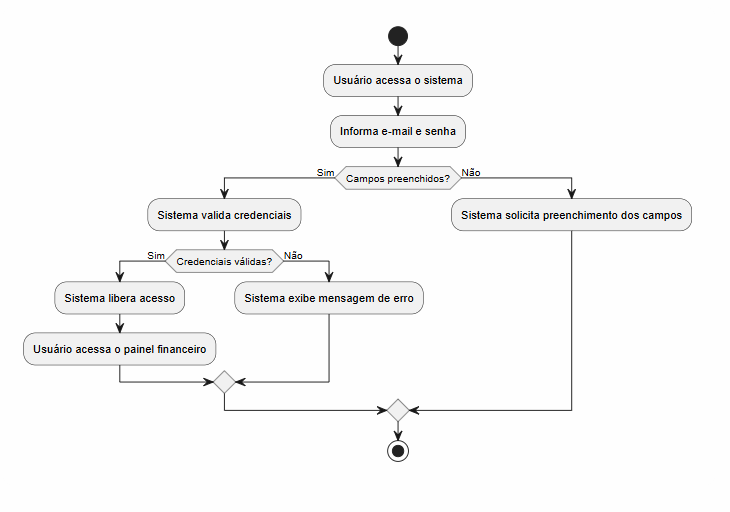
This is docs/modelagem/atividades/login.png from Nathan-Edu/Financa-Facil, a PlantUML export, as it was before one commit. Its source is kept beside it as docs/modelagem/atividades/login.puml. Source of this version:
```plantuml
@startuml
start

:Usuário acessa o sistema;
:Informa e-mail e senha;

if (Campos preenchidos?) then (Sim)
  :Sistema valida credenciais;

  if (Credenciais válidas?) then (Sim)
    :Sistema libera acesso;
    :Usuário acessa o painel financeiro;
  else (Não)
    :Sistema exibe mensagem de erro;
  endif

else (Não)
  :Sistema solicita preenchimento dos campos;
endif

stop
@enduml
```
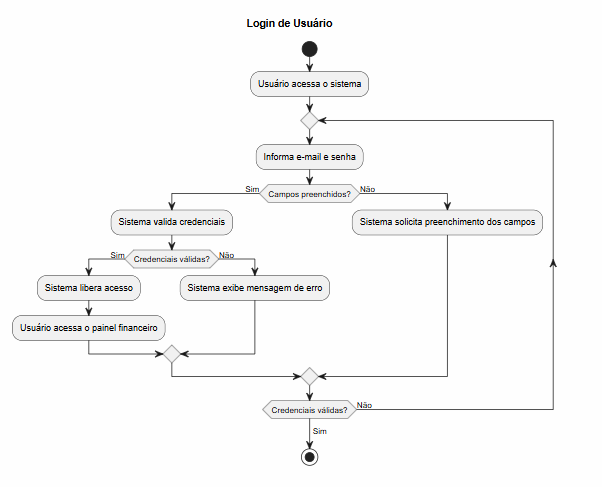
After the change.

What changed in the source:
```diff
@@ -1,22 +1,29 @@
 @startuml
+title Login de Usuário
+
 start
 
 :Usuário acessa o sistema;
-:Informa e-mail e senha;
 
-if (Campos preenchidos?) then (Sim)
-  :Sistema valida credenciais;
+repeat
+  :Informa e-mail e senha;
 
-  if (Credenciais válidas?) then (Sim)
-    :Sistema libera acesso;
-    :Usuário acessa o painel financeiro;
+  if (Campos preenchidos?) then (Sim)
+    :Sistema valida credenciais;
+
+    if (Credenciais válidas?) then (Sim)
+      :Sistema libera acesso;
+      :Usuário acessa o painel financeiro;
+    else (Não)
+      :Sistema exibe mensagem de erro;
+    endif
+
   else (Não)
-    :Sistema exibe mensagem de erro;
+    :Sistema solicita preenchimento dos campos;
   endif
 
-else (Não)
-  :Sistema solicita preenchimento dos campos;
-endif
+repeat while (Credenciais válidas?) is (Não)
+-> Sim;
 
 stop
 @enduml
```
